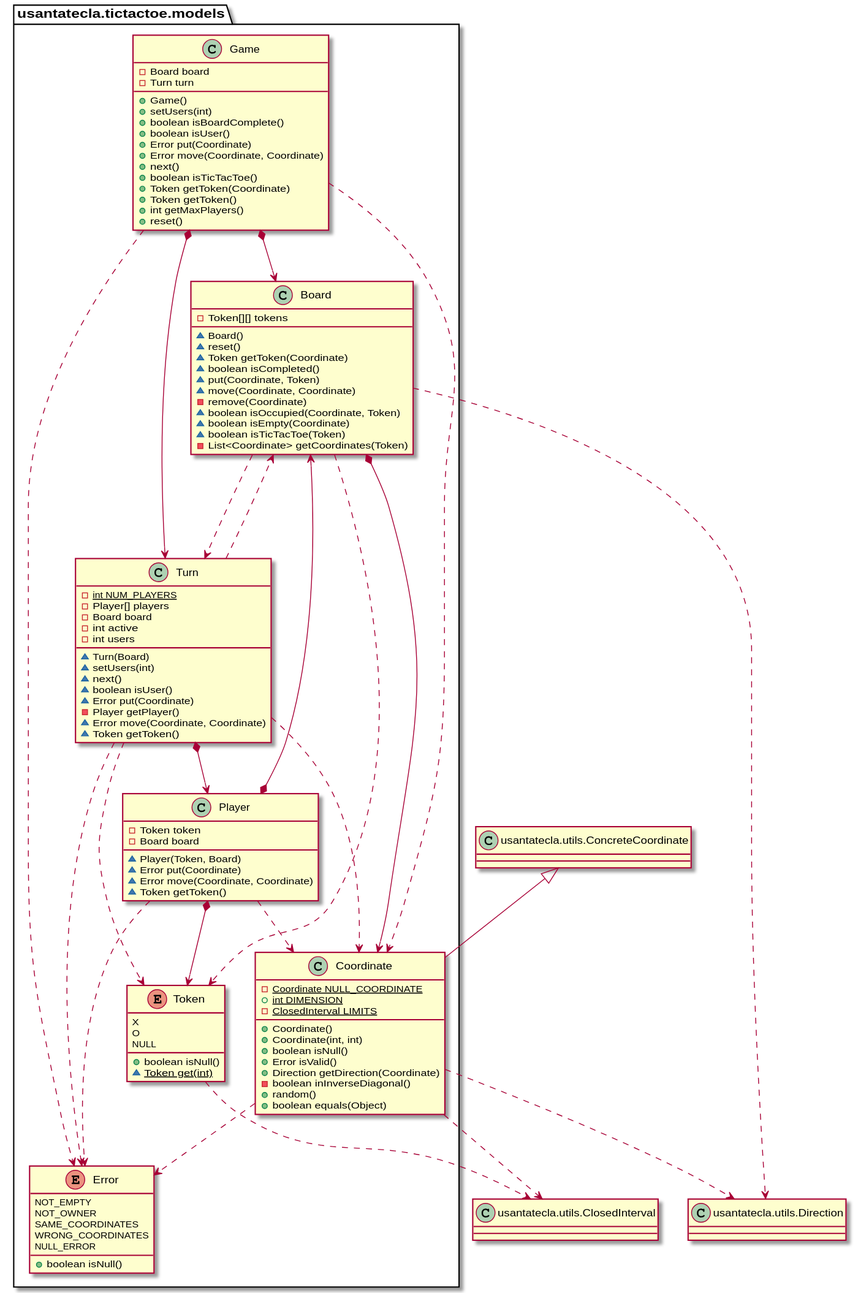
The PlantUML diagram documentView/withFactoryMethod/docs/diagrams/out/paquetes/tictactoe.models.svg in Jolucaa/USantaTecla-project-ticTacToe, before a commit.
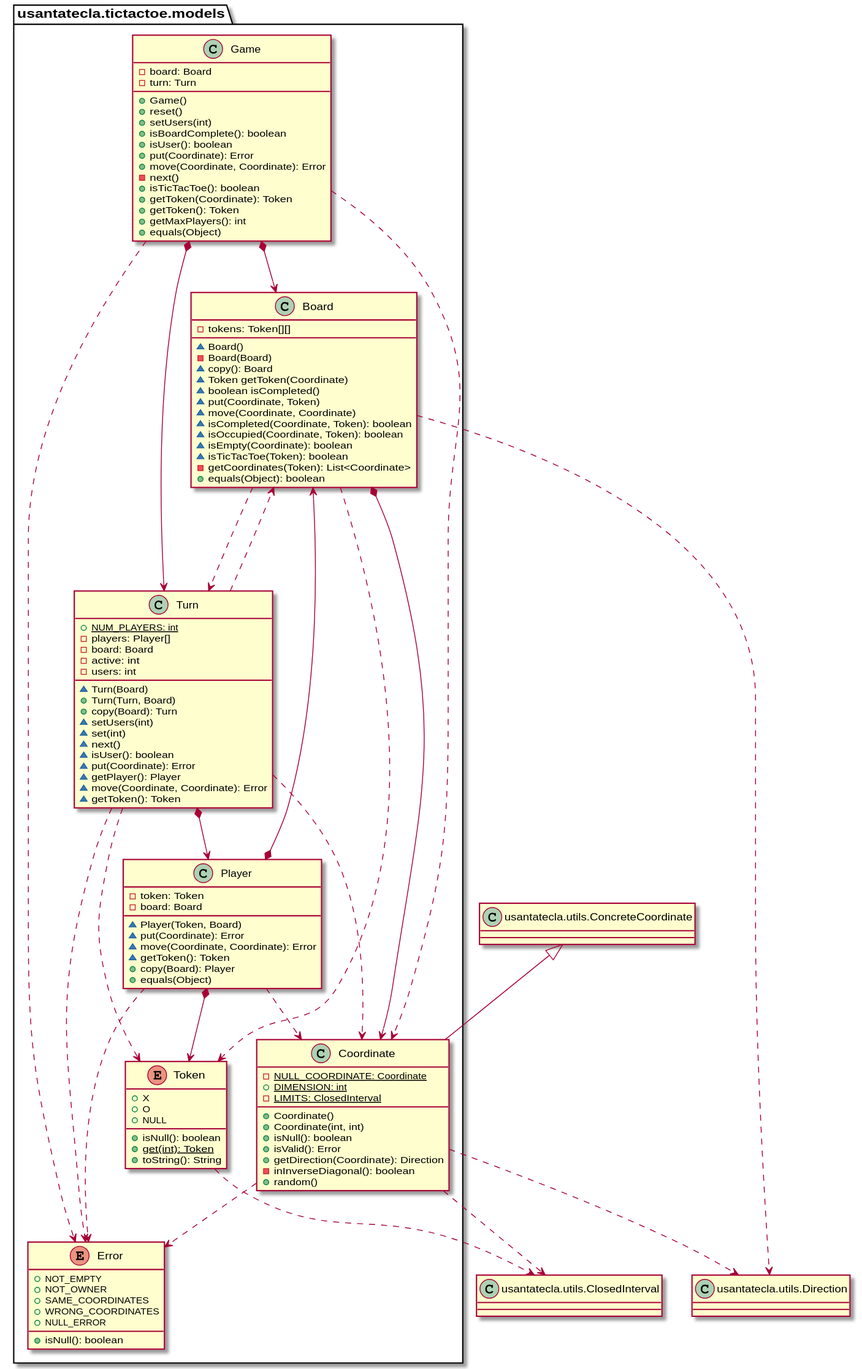
Above is the later version.

Diff of the diagram source:
```diff
@@ -1,17 +1,19 @@
 @startuml
 class  usantatecla.tictactoe.models.Board{
-- Token[][] tokens
+- tokens: Token[][]
 ~ Board()
-~ reset()
+- Board(Board)
+~ copy(): Board
 ~ Token getToken(Coordinate)
 ~ boolean isCompleted()
 ~ put(Coordinate, Token)
 ~ move(Coordinate, Coordinate)
-- remove(Coordinate)
-~ boolean isOccupied(Coordinate, Token)
-~ boolean isEmpty(Coordinate)
-~ boolean isTicTacToe(Token)
-- List<Coordinate> getCoordinates(Token)
+~ isCompleted(Coordinate, Token): boolean
+~ isOccupied(Coordinate, Token): boolean
+~ isEmpty(Coordinate): boolean
+~ isTicTacToe(Token): boolean
+- getCoordinates(Token): List<Coordinate>
++ equals(Object): boolean
 }
 
 class ClosedInterval as "usantatecla.utils.ClosedInterval"
@@ -24,17 +26,16 @@
 usantatecla.tictactoe.models.Board ..> Direction
 
 class  usantatecla.tictactoe.models.Coordinate{
-- {static} Coordinate NULL_COORDINATE
-+ {static} int DIMENSION
-- {static} ClosedInterval LIMITS
+- {static} NULL_COORDINATE: Coordinate
++ {static} DIMENSION: int
+- {static} LIMITS: ClosedInterval
 + Coordinate()
 + Coordinate(int, int)
-+ boolean isNull()
-+ Error isValid()
-+ Direction getDirection(Coordinate)
-- boolean inInverseDiagonal()
++ isNull(): boolean
++ isValid(): Error
++ getDirection(Coordinate): Direction
+- inInverseDiagonal(): boolean
 + random()
-+ boolean equals(Object)
 }
 ConcreteCoordinate <|-down- usantatecla.tictactoe.models.Coordinate
 usantatecla.tictactoe.models.Coordinate ..> usantatecla.tictactoe.models.Error
@@ -42,29 +43,30 @@
 usantatecla.tictactoe.models.Coordinate ..> ClosedInterval
 
 enum  usantatecla.tictactoe.models.Error{
-NOT_EMPTY
-NOT_OWNER
-SAME_COORDINATES
-WRONG_COORDINATES
-NULL_ERROR
-+ boolean isNull()
++ NOT_EMPTY
++ NOT_OWNER
++ SAME_COORDINATES
++ WRONG_COORDINATES
++ NULL_ERROR
++ isNull(): boolean
 }
 
 class  usantatecla.tictactoe.models.Game{
-- Board board
-- Turn turn
+- board: Board
+- turn: Turn
 + Game()
++ reset()
 + setUsers(int)
-+ boolean isBoardComplete()
-+ boolean isUser()
-+ Error put(Coordinate)
-+ Error move(Coordinate, Coordinate)
-+ next()
-+ boolean isTicTacToe()
-+ Token getToken(Coordinate)
-+ Token getToken()
-+ int getMaxPlayers()
-+ reset()
++ isBoardComplete(): boolean
++ isUser(): boolean
++ put(Coordinate): Error
++ move(Coordinate, Coordinate): Error
+- next()
++ isTicTacToe(): boolean
++ getToken(Coordinate): Token
++ getToken(): Token
++ getMaxPlayers(): int
++ equals(Object)
 }
 usantatecla.tictactoe.models.Game *-down-> usantatecla.tictactoe.models.Board
 usantatecla.tictactoe.models.Game *-down-> usantatecla.tictactoe.models.Turn
@@ -72,12 +74,14 @@
 usantatecla.tictactoe.models.Game ..> usantatecla.tictactoe.models.Error
 
 class  usantatecla.tictactoe.models.Player{
-- Token token
-- Board board
+- token: Token
+- board: Board
 ~ Player(Token, Board)
-~ Error put(Coordinate)
-~ Error move(Coordinate, Coordinate)
-~ Token getToken()
+~ put(Coordinate): Error
+~ move(Coordinate, Coordinate): Error
+~ getToken(): Token
++ copy(Board): Player
++ equals(Object)
 }
 usantatecla.tictactoe.models.Player *-down-> usantatecla.tictactoe.models.Token
 usantatecla.tictactoe.models.Player *-down-> usantatecla.tictactoe.models.Board
@@ -85,29 +89,33 @@
 usantatecla.tictactoe.models.Player ..> usantatecla.tictactoe.models.Error
 
 enum  usantatecla.tictactoe.models.Token{
-X
-O
-NULL
-+ boolean isNull()
-~ {static} Token get(int)
++ X
++ O
++ NULL
++ isNull(): boolean
++ {static} get(int): Token
++ toString(): String
 }
 
 usantatecla.tictactoe.models.Token ..> ClosedInterval
 
 class  usantatecla.tictactoe.models.Turn{
-- {static} int NUM_PLAYERS
-- Player[] players
-- Board board
-- int active
-- int users
++ {static} NUM_PLAYERS: int
+- players: Player[]
+- board: Board
+- active: int
+- users: int
 ~ Turn(Board)
++ Turn(Turn, Board)
++ copy(Board): Turn
 ~ setUsers(int)
+~ set(int)
 ~ next()
-~ boolean isUser()
-~ Error put(Coordinate)
-- Player getPlayer()
-~ Error move(Coordinate, Coordinate)
-~ Token getToken()
+~ isUser(): boolean
+~ put(Coordinate): Error
+~ getPlayer(): Player
+~ move(Coordinate, Coordinate): Error
+~ getToken(): Token
 }
 
 usantatecla.tictactoe.models.Turn *-down-> usantatecla.tictactoe.models.Player
```
